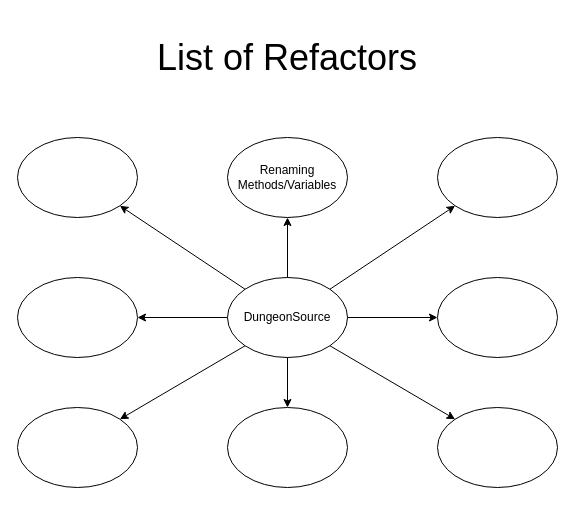
Before: RefactoringTrackingList.drawio in austinlidey/Refactoring, a draw.io diagram. Source tidied: cells renumbered, new cells numbered last; positions are measured from the earlier drawing's top-left corner, leaving out a move shared by most shapes. Both pictures are drawn from the tidied source at 100%, with x=0, y=0 at pixel (17, 17).
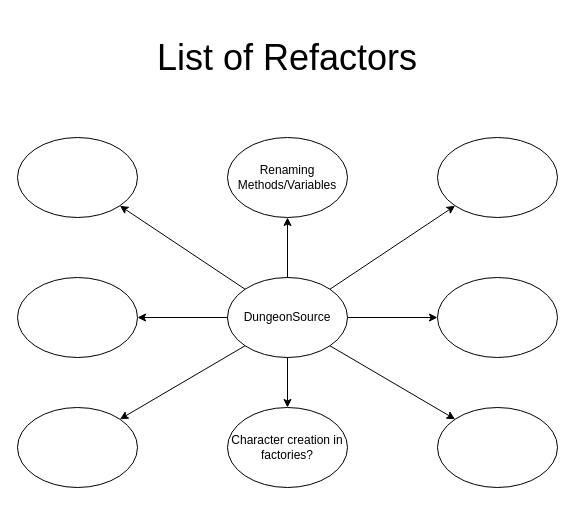
The same diagram, later.

The edit, as a diff of the source:
```diff
@@
 <mxGraphModel>
   <root>
     <mxCell id="0" />
     <mxCell id="1" parent="0" />
     <mxCell id="2" value="DungeonSource" style="ellipse;whiteSpace=wrap;html=1;" parent="1" vertex="1">
       <mxGeometry x="210" y="260" width="120" height="80" as="geometry" />
     </mxCell>
     <mxCell id="3" value="Renaming Methods/Variables" style="ellipse;whiteSpace=wrap;html=1;" parent="1" vertex="1">
       <mxGeometry x="210" y="120" width="120" height="80" as="geometry" />
     </mxCell>
     <mxCell id="4" style="ellipse;whiteSpace=wrap;html=1;" parent="1" vertex="1">
       <mxGeometry y="120" width="120" height="80" as="geometry" />
     </mxCell>
     <mxCell id="5" style="ellipse;whiteSpace=wrap;html=1;" parent="1" vertex="1">
       <mxGeometry x="420" y="260" width="120" height="80" as="geometry" />
     </mxCell>
     <mxCell id="6" style="ellipse;whiteSpace=wrap;html=1;" parent="1" vertex="1">
       <mxGeometry y="260" width="120" height="80" as="geometry" />
     </mxCell>
     <mxCell id="7" style="ellipse;whiteSpace=wrap;html=1;" parent="1" vertex="1">
       <mxGeometry x="420" y="390" width="120" height="80" as="geometry" />
     </mxCell>
     <mxCell id="8" style="ellipse;whiteSpace=wrap;html=1;" parent="1" vertex="1">
       <mxGeometry x="420" y="120" width="120" height="80" as="geometry" />
     </mxCell>
-    <mxCell id="9" style="ellipse;whiteSpace=wrap;html=1;" parent="1" vertex="1">
+    <mxCell id="9" value="Character creation in factories?" style="ellipse;whiteSpace=wrap;html=1;" parent="1" vertex="1">
       <mxGeometry x="210" y="390" width="120" height="80" as="geometry" />
     </mxCell>
     <mxCell id="10" style="ellipse;whiteSpace=wrap;html=1;" parent="1" vertex="1">
       <mxGeometry y="390" width="120" height="80" as="geometry" />
     </mxCell>
     <mxCell id="11" value="&lt;font style=&quot;font-size: 36px&quot;&gt;List of Refactors&lt;/font&gt;" style="text;html=1;strokeColor=none;fillColor=none;align=center;verticalAlign=middle;whiteSpace=wrap;rounded=0;" parent="1" vertex="1">
       <mxGeometry x="104" width="332" height="80" as="geometry" />
     </mxCell>
     <mxCell id="12" style="endArrow=classic;html=1;exitX=0.5;exitY=0;exitDx=0;exitDy=0;entryX=0.5;entryY=1;entryDx=0;entryDy=0;" parent="1" edge="1" source="2" target="3">
       <mxGeometry relative="1" as="geometry" />
     </mxCell>
     <mxCell id="13" style="endArrow=classic;html=1;exitX=1;exitY=0;exitDx=0;exitDy=0;entryX=0;entryY=1;entryDx=0;entryDy=0;" parent="1" edge="1" source="2" target="8">
       <mxGeometry relative="1" as="geometry" />
     </mxCell>
     <mxCell id="14" style="endArrow=classic;html=1;exitX=1;exitY=0.5;exitDx=0;exitDy=0;entryX=0;entryY=0.5;entryDx=0;entryDy=0;" parent="1" edge="1" source="2" target="5">
       <mxGeometry relative="1" as="geometry" />
     </mxCell>
     <mxCell id="15" style="endArrow=classic;html=1;exitX=1;exitY=1;exitDx=0;exitDy=0;entryX=0;entryY=0;entryDx=0;entryDy=0;" parent="1" edge="1" source="2" target="7">
       <mxGeometry relative="1" as="geometry" />
     </mxCell>
     <mxCell id="16" style="endArrow=classic;html=1;exitX=0.5;exitY=1;exitDx=0;exitDy=0;entryX=0.5;entryY=0;entryDx=0;entryDy=0;" parent="1" edge="1" source="2" target="9">
       <mxGeometry relative="1" as="geometry" />
     </mxCell>
     <mxCell id="17" style="endArrow=classic;html=1;exitX=0;exitY=1;exitDx=0;exitDy=0;entryX=1;entryY=0;entryDx=0;entryDy=0;" parent="1" edge="1" source="2" target="10">
       <mxGeometry relative="1" as="geometry" />
     </mxCell>
     <mxCell id="18" style="endArrow=classic;html=1;exitX=0;exitY=0.5;exitDx=0;exitDy=0;entryX=1;entryY=0.5;entryDx=0;entryDy=0;" parent="1" edge="1" source="2" target="6">
       <mxGeometry relative="1" as="geometry" />
     </mxCell>
     <mxCell id="19" style="endArrow=classic;html=1;exitX=0;exitY=0;exitDx=0;exitDy=0;entryX=1;entryY=1;entryDx=0;entryDy=0;" parent="1" edge="1" source="2" target="4">
       <mxGeometry relative="1" as="geometry" />
     </mxCell>
   </root>
 </mxGraphModel>
```
